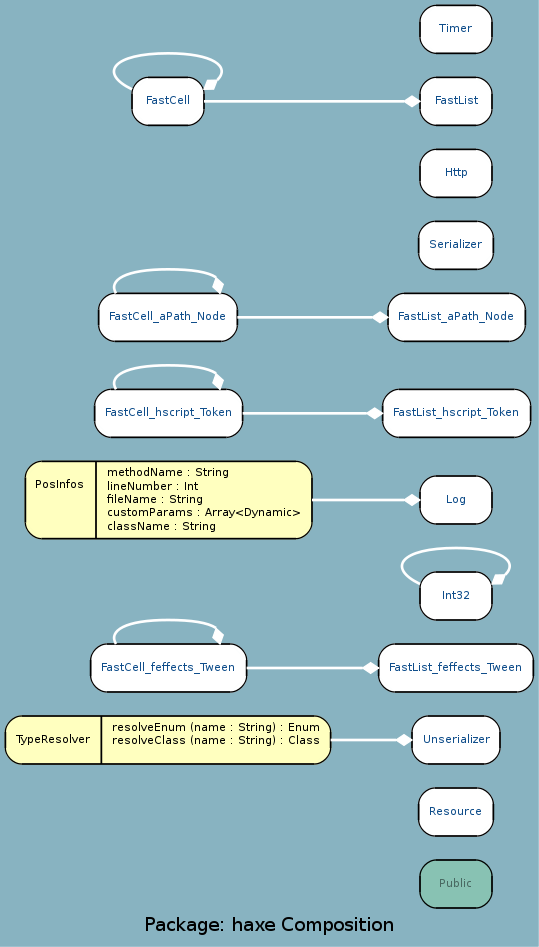
google-code-export/haxegui keeps this Graphviz diagram as docs/uml/haxe_C.png. Above is the earlier version. Its source is kept beside it as docs/uml/haxe_C.dot.
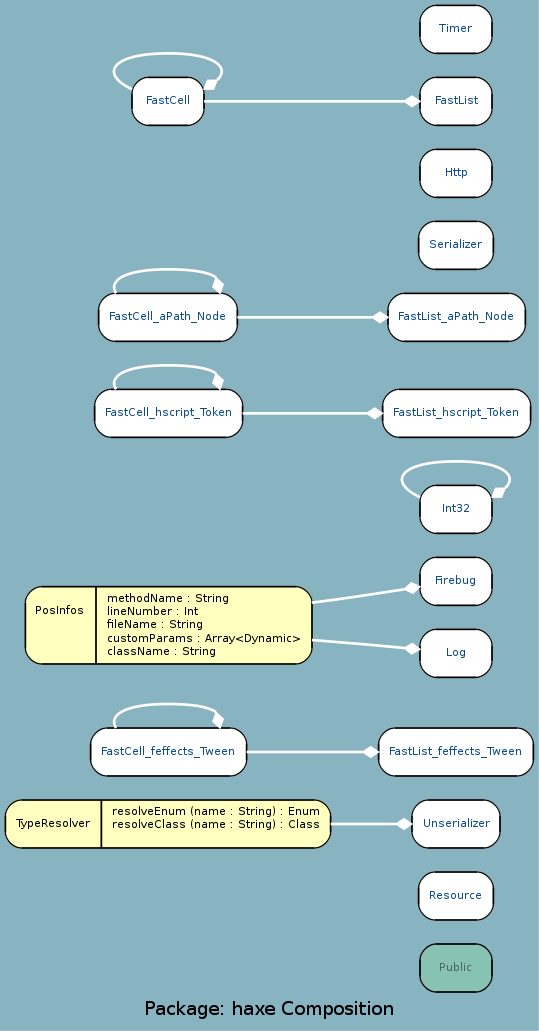
Later version of the same file.

The edit, as a diff of the source:
```diff
@@ -3,34 +3,36 @@
 	node [label="\N", fontname="DejaVu Sans Condenesed", fontsize=8, shape=record, color=black, fontcolor=black];
 	edge [fontname="DejaVu Sans Condenesed", fontsize=8, color=black, fontcolor=black];
 	graph [lp="198,12",
-		bb="0,0,396,702"];
+		bb="0,0,396,765"];
 	"haxe.Public" [label="{\nPublic}", fontcolor="#496962", style="rounded,filled", fillcolor="#88c2b3", URL="../types/haxe/Public.html", tooltip="\nPublic", pos="338,43", rects="311,25,365,61", width="0.75", height="0.50"];
 	"haxe.Resource" [label="{\nResource}", fontcolor="#104E8B", style="rounded,filled", fillcolor=white, URL="../types/haxe/Resource.html", tooltip="\nResource", pos="338,97", rects="310,79,366,115", width="0.78", height="0.50"];
 	"haxe.Unserializer" [label="{\nUnserializer}", fontcolor="#104E8B", style="rounded,filled", fillcolor=white, URL="../types/haxe/Unserializer.html", tooltip="\nUnserializer", pos="338,151", rects="305,133,371,169", width="0.92", height="0.50"];
 	"haxe.TypeResolver" [label="{\nTypeResolver|resolveEnum (name : String) : Enum\lresolveClass (name : String) : Class\l}", style="rounded,filled", fillcolor="#ffffbf", pos="122,151", rects="0,133,72,169 72,133,244,169", width="3.39", height="0.50"];
 	"haxe.FastCell_feffects_Tween" [label="{\nFastCell_feffects_Tween}", fontcolor="#104E8B", style="rounded,filled", fillcolor=white, URL="../types/haxe/FastCell_feffects_Tween.html", tooltip="\nFastCell_feffects_Tween", pos="122,205", rects="64,187,181,223", width="1.61", height="0.50"];
-	"haxe.Int32" [label="{\nInt32}", fontcolor="#104E8B", style="rounded,filled", fillcolor=white, URL="../types/haxe/Int32.html", tooltip="\nInt32", pos="338,259", rects="311,241,365,277", width="0.75", height="0.50"];
-	"haxe.PosInfos" [label="{\nPosInfos|methodName : String\llineNumber : Int\lfileName : String\lcustomParams : Array\<Dynamic\>\lclassName : String\l}", style="rounded,filled", fillcolor="#ffffbf", pos="122,331", rects="15,302,68,360 68,302,230,360", width="2.97", height="0.81"];
-	"haxe.FastList_hscript_Token" [label="{\nFastList_hscript_Token}", fontcolor="#104E8B", style="rounded,filled", fillcolor=white, URL="../types/haxe/FastList_hscript_Token.html", tooltip="\nFastList_hscript_Token", pos="338,396", rects="283,378,394,414", width="1.53", height="0.50"];
-	"haxe.FastCell_hscript_Token" [label="{\nFastCell_hscript_Token}", fontcolor="#104E8B", style="rounded,filled", fillcolor=white, URL="../types/haxe/FastCell_hscript_Token.html", tooltip="\nFastCell_hscript_Token", pos="122,396", rects="67,378,178,414", width="1.53", height="0.50"];
-	"haxe.FastCell_aPath_Node" [label="{\nFastCell_aPath_Node}", fontcolor="#104E8B", style="rounded,filled", fillcolor=white, URL="../types/haxe/FastCell_aPath_Node.html", tooltip="\nFastCell_aPath_Node", pos="122,468", rects="70,450,174,486", width="1.44", height="0.50"];
-	"haxe.FastList_aPath_Node" [label="{\nFastList_aPath_Node}", fontcolor="#104E8B", style="rounded,filled", fillcolor=white, URL="../types/haxe/FastList_aPath_Node.html", tooltip="\nFastList_aPath_Node", pos="338,468", rects="287,450,390,486", width="1.42", height="0.50"];
+	"haxe.Firebug" [label="{\nFirebug}", fontcolor="#104E8B", style="rounded,filled", fillcolor=white, URL="../types/haxe/Firebug.html", tooltip="\nFirebug", pos="338,333", rects="311,315,365,351", width="0.75", height="0.50"];
+	"haxe.PosInfos" [label="{\nPosInfos|methodName : String\llineNumber : Int\lfileName : String\lcustomParams : Array\<Dynamic\>\lclassName : String\l}", style="rounded,filled", fillcolor="#ffffbf", pos="122,300", rects="15,271,68,329 68,271,230,329", width="2.97", height="0.81"];
+	"haxe.Int32" [label="{\nInt32}", fontcolor="#104E8B", style="rounded,filled", fillcolor=white, URL="../types/haxe/Int32.html", tooltip="\nInt32", pos="338,387", rects="311,369,365,405", width="0.75", height="0.50"];
+	"haxe.FastList_hscript_Token" [label="{\nFastList_hscript_Token}", fontcolor="#104E8B", style="rounded,filled", fillcolor=white, URL="../types/haxe/FastList_hscript_Token.html", tooltip="\nFastList_hscript_Token", pos="338,459", rects="283,441,394,477", width="1.53", height="0.50"];
+	"haxe.FastCell_hscript_Token" [label="{\nFastCell_hscript_Token}", fontcolor="#104E8B", style="rounded,filled", fillcolor=white, URL="../types/haxe/FastCell_hscript_Token.html", tooltip="\nFastCell_hscript_Token", pos="122,459", rects="67,441,178,477", width="1.53", height="0.50"];
+	"haxe.FastCell_aPath_Node" [label="{\nFastCell_aPath_Node}", fontcolor="#104E8B", style="rounded,filled", fillcolor=white, URL="../types/haxe/FastCell_aPath_Node.html", tooltip="\nFastCell_aPath_Node", pos="122,531", rects="70,513,174,549", width="1.44", height="0.50"];
+	"haxe.FastList_aPath_Node" [label="{\nFastList_aPath_Node}", fontcolor="#104E8B", style="rounded,filled", fillcolor=white, URL="../types/haxe/FastList_aPath_Node.html", tooltip="\nFastList_aPath_Node", pos="338,531", rects="287,513,390,549", width="1.42", height="0.50"];
 	"haxe.FastList_feffects_Tween" [label="{\nFastList_feffects_Tween}", fontcolor="#104E8B", style="rounded,filled", fillcolor=white, URL="../types/haxe/FastList_feffects_Tween.html", tooltip="\nFastList_feffects_Tween", pos="338,205", rects="280,187,396,223", width="1.61", height="0.50"];
-	"haxe.Log" [label="{\nLog}", fontcolor="#104E8B", style="rounded,filled", fillcolor=white, URL="../types/haxe/Log.html", tooltip="\nLog", pos="338,331", rects="311,313,365,349", width="0.75", height="0.50"];
-	"haxe.Serializer" [label="{\nSerializer}", fontcolor="#104E8B", style="rounded,filled", fillcolor=white, URL="../types/haxe/Serializer.html", tooltip="\nSerializer", pos="338,522", rects="310,504,366,540", width="0.78", height="0.50"];
-	"haxe.Http" [label="{\nHttp}", fontcolor="#104E8B", style="rounded,filled", fillcolor=white, URL="../types/haxe/Http.html", tooltip="\nHttp", pos="338,576", rects="311,558,365,594", width="0.75", height="0.50"];
-	"haxe.FastCell" [label="{\nFastCell}", fontcolor="#104E8B", style="rounded,filled", fillcolor=white, URL="../types/haxe/FastCell.html", tooltip="\nFastCell", pos="122,630", rects="95,612,149,648", width="0.75", height="0.50"];
-	"haxe.FastList" [label="{\nFastList}", fontcolor="#104E8B", style="rounded,filled", fillcolor=white, URL="../types/haxe/FastList.html", tooltip="\nFastList", pos="338,630", rects="311,612,365,648", width="0.75", height="0.50"];
-	"haxe.Timer" [label="{\nTimer}", fontcolor="#104E8B", style="rounded,filled", fillcolor=white, URL="../types/haxe/Timer.html", tooltip="\nTimer", pos="338,684", rects="311,666,365,702", width="0.75", height="0.50"];
+	"haxe.Log" [label="{\nLog}", fontcolor="#104E8B", style="rounded,filled", fillcolor=white, URL="../types/haxe/Log.html", tooltip="\nLog", pos="338,279", rects="311,261,365,297", width="0.75", height="0.50"];
+	"haxe.Serializer" [label="{\nSerializer}", fontcolor="#104E8B", style="rounded,filled", fillcolor=white, URL="../types/haxe/Serializer.html", tooltip="\nSerializer", pos="338,585", rects="310,567,366,603", width="0.78", height="0.50"];
+	"haxe.Http" [label="{\nHttp}", fontcolor="#104E8B", style="rounded,filled", fillcolor=white, URL="../types/haxe/Http.html", tooltip="\nHttp", pos="338,639", rects="311,621,365,657", width="0.75", height="0.50"];
+	"haxe.FastCell" [label="{\nFastCell}", fontcolor="#104E8B", style="rounded,filled", fillcolor=white, URL="../types/haxe/FastCell.html", tooltip="\nFastCell", pos="122,693", rects="95,675,149,711", width="0.75", height="0.50"];
+	"haxe.FastList" [label="{\nFastList}", fontcolor="#104E8B", style="rounded,filled", fillcolor=white, URL="../types/haxe/FastList.html", tooltip="\nFastList", pos="338,693", rects="311,675,365,711", width="0.75", height="0.50"];
+	"haxe.Timer" [label="{\nTimer}", fontcolor="#104E8B", style="rounded,filled", fillcolor=white, URL="../types/haxe/Timer.html", tooltip="\nTimer", pos="338,747", rects="311,729,365,765", width="0.75", height="0.50"];
 	"haxe.Unserializer" -> "haxe.TypeResolver" [color=white, style=bold, arrowhead=none, arrowtail=diamond, arrowsize=1, pos="s,305,151 293,151 278,151 261,151 244,151"];
 	"haxe.FastCell_feffects_Tween" -> "haxe.FastCell_feffects_Tween" [color=white, style=bold, arrowhead=none, arrowtail=diamond, arrowsize=1, pos="s,161,223 158,235 152,239 140,241 122,241 90,241 77,233 83,223"];
-	"haxe.Int32" -> "haxe.Int32" [color=white, style=bold, arrowhead=none, arrowtail=diamond, arrowsize=1, pos="s,365,268 375,275 385,285 372,295 338,295 296,295 286,280 311,268"];
-	"haxe.FastList_hscript_Token" -> "haxe.FastCell_hscript_Token" [color=white, style=bold, arrowhead=none, arrowtail=diamond, arrowsize=1, pos="s,283,396 271,396 241,396 206,396 178,396"];
-	"haxe.FastCell_aPath_Node" -> "haxe.FastCell_aPath_Node" [color=white, style=bold, arrowhead=none, arrowtail=diamond, arrowsize=1, pos="s,161,486 158,498 152,502 140,504 122,504 90,504 77,496 83,486"];
-	"haxe.FastList_aPath_Node" -> "haxe.FastCell_aPath_Node" [color=white, style=bold, arrowhead=none, arrowtail=diamond, arrowsize=1, pos="s,287,468 275,468 243,468 205,468 174,468"];
-	"haxe.FastCell_hscript_Token" -> "haxe.FastCell_hscript_Token" [color=white, style=bold, arrowhead=none, arrowtail=diamond, arrowsize=1, pos="s,161,414 158,426 152,430 140,432 122,432 90,432 77,424 83,414"];
+	"haxe.Firebug" -> "haxe.PosInfos" [color=white, style=bold, arrowhead=none, arrowtail=diamond, arrowsize=1, pos="s,311,329 299,327 279,324 255,320 230,317"];
+	"haxe.Int32" -> "haxe.Int32" [color=white, style=bold, arrowhead=none, arrowtail=diamond, arrowsize=1, pos="s,365,396 375,403 385,413 372,423 338,423 296,423 286,408 311,396"];
+	"haxe.FastList_hscript_Token" -> "haxe.FastCell_hscript_Token" [color=white, style=bold, arrowhead=none, arrowtail=diamond, arrowsize=1, pos="s,283,459 271,459 241,459 206,459 178,459"];
+	"haxe.FastCell_aPath_Node" -> "haxe.FastCell_aPath_Node" [color=white, style=bold, arrowhead=none, arrowtail=diamond, arrowsize=1, pos="s,161,549 158,561 152,565 140,567 122,567 90,567 77,559 83,549"];
+	"haxe.FastList_aPath_Node" -> "haxe.FastCell_aPath_Node" [color=white, style=bold, arrowhead=none, arrowtail=diamond, arrowsize=1, pos="s,287,531 275,531 243,531 205,531 174,531"];
+	"haxe.FastCell_hscript_Token" -> "haxe.FastCell_hscript_Token" [color=white, style=bold, arrowhead=none, arrowtail=diamond, arrowsize=1, pos="s,161,477 158,489 152,493 140,495 122,495 90,495 77,487 83,477"];
 	"haxe.FastList_feffects_Tween" -> "haxe.FastCell_feffects_Tween" [color=white, style=bold, arrowhead=none, arrowtail=diamond, arrowsize=1, pos="s,280,205 268,205 240,205 208,205 181,205"];
-	"haxe.Log" -> "haxe.PosInfos" [color=white, style=bold, arrowhead=none, arrowtail=diamond, arrowsize=1, pos="s,311,331 299,331 279,331 255,331 230,331"];
-	"haxe.FastCell" -> "haxe.FastCell" [color=white, style=bold, arrowhead=none, arrowtail=diamond, arrowsize=1, pos="s,149,639 159,646 169,656 156,666 122,666 80,666 70,651 95,639"];
-	"haxe.FastList" -> "haxe.FastCell" [color=white, style=bold, arrowhead=none, arrowtail=diamond, arrowsize=1, pos="s,311,630 299,630 256,630 187,630 149,630"];
+	"haxe.Log" -> "haxe.PosInfos" [color=white, style=bold, arrowhead=none, arrowtail=diamond, arrowsize=1, pos="s,311,282 299,283 279,285 255,287 230,289"];
+	"haxe.FastCell" -> "haxe.FastCell" [color=white, style=bold, arrowhead=none, arrowtail=diamond, arrowsize=1, pos="s,149,702 159,709 169,719 156,729 122,729 80,729 70,714 95,702"];
+	"haxe.FastList" -> "haxe.FastCell" [color=white, style=bold, arrowhead=none, arrowtail=diamond, arrowsize=1, pos="s,311,693 299,693 256,693 187,693 149,693"];
 }
```
